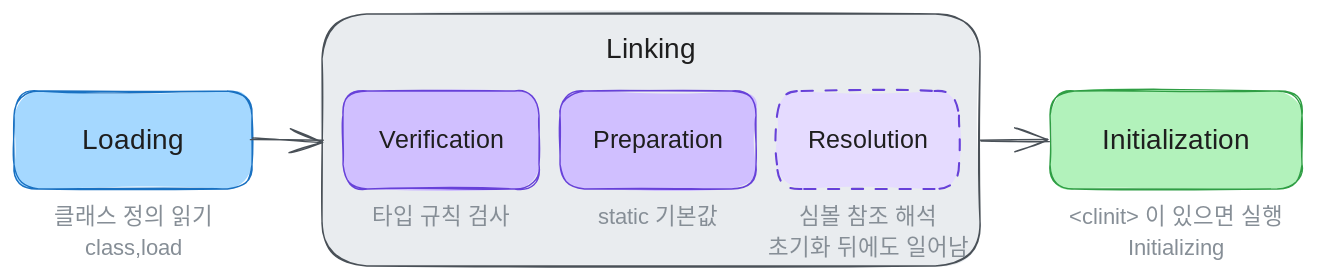
This is public/img/post/java/jvm-class-loading/class-lifecycle.excalidraw.svg from eottabom/eottabom.github.io, a Excalidraw export, as it was before one commit. Source tidied: one line per element, renumbered; positions are measured from the earlier drawing's top-left corner, leaving out a move shared by most shapes. The source it was exported from:
```json
{"id": 0, "type": "rectangle", "strokeColor": "#1971c2", "backgroundColor": "#a5d8ff", "fillStyle": "solid", "strokeWidth": 1, "roughness": 1, "round": true, "x": 0, "y": 55, "width": 170, "height": 70}
{"id": 1, "type": "text", "text": "Loading", "strokeColor": "#1e1e1e", "strokeWidth": 1, "roughness": 1, "fontSize": 20, "fontFamily": 6, "textAlign": "center", "verticalAlign": "middle", "inside": 0, "x": 46, "y": 78, "width": 77, "height": 25}
{"id": 2, "type": "rectangle", "strokeColor": "#495057", "backgroundColor": "#e9ecef", "fillStyle": "solid", "strokeWidth": 1, "roughness": 1, "round": true, "x": 220, "y": 0, "width": 470, "height": 180}
{"id": 3, "type": "text", "text": "Linking", "strokeColor": "#1e1e1e", "strokeWidth": 1, "roughness": 1, "fontSize": 20, "fontFamily": 6, "textAlign": "center", "x": 416, "y": 12, "width": 77, "height": 25}
{"id": 4, "type": "rectangle", "strokeColor": "#6741d9", "backgroundColor": "#d0bfff", "fillStyle": "solid", "strokeWidth": 1, "roughness": 1, "round": true, "x": 235, "y": 55, "width": 140, "height": 70}
{"id": 5, "type": "text", "text": "Verification", "strokeColor": "#1e1e1e", "strokeWidth": 1, "roughness": 1, "fontSize": 18, "fontFamily": 6, "textAlign": "center", "verticalAlign": "middle", "inside": 4, "x": 246, "y": 79, "width": 119, "height": 22}
{"id": 6, "type": "rectangle", "strokeColor": "#6741d9", "backgroundColor": "#d0bfff", "fillStyle": "solid", "strokeWidth": 1, "roughness": 1, "round": true, "x": 390, "y": 55, "width": 140, "height": 70}
{"id": 7, "type": "text", "text": "Preparation", "strokeColor": "#1e1e1e", "strokeWidth": 1, "roughness": 1, "fontSize": 18, "fontFamily": 6, "textAlign": "center", "verticalAlign": "middle", "inside": 6, "x": 406, "y": 79, "width": 109, "height": 22}
{"id": 8, "type": "rectangle", "strokeColor": "#6741d9", "backgroundColor": "#e5dbff", "fillStyle": "solid", "strokeWidth": 1, "strokeStyle": "dashed", "roughness": 1, "round": true, "x": 545, "y": 55, "width": 130, "height": 70}
{"id": 9, "type": "text", "text": "Resolution", "strokeColor": "#1e1e1e", "strokeWidth": 1, "roughness": 1, "fontSize": 18, "fontFamily": 6, "textAlign": "center", "verticalAlign": "middle", "inside": 8, "x": 560, "y": 79, "width": 99, "height": 22}
{"id": 10, "type": "rectangle", "strokeColor": "#2f9e44", "backgroundColor": "#b2f2bb", "fillStyle": "solid", "strokeWidth": 1, "roughness": 1, "round": true, "x": 740, "y": 55, "width": 180, "height": 70}
{"id": 11, "type": "text", "text": "Initialization", "strokeColor": "#1e1e1e", "strokeWidth": 1, "roughness": 1, "fontSize": 20, "fontFamily": 6, "textAlign": "center", "verticalAlign": "middle", "inside": 10, "x": 753, "y": 78, "width": 154, "height": 25}
{"id": 12, "type": "arrow", "strokeColor": "#495057", "strokeWidth": 1, "roughness": 1, "endArrowhead": "arrow", "round": true, "from": 0, "to": 2, "x": 170, "y": 90, "width": 50, "height": 0, "points": [[0, 0], [50, 0]]}
{"id": 13, "type": "arrow", "strokeColor": "#495057", "strokeWidth": 1, "roughness": 1, "endArrowhead": "arrow", "round": true, "from": 2, "to": 10, "x": 690, "y": 90, "width": 50, "height": 0, "points": [[0, 0], [50, 0]]}
{"id": 14, "type": "text", "text": "클래스 정의 읽기", "strokeColor": "#868e96", "strokeWidth": 1, "roughness": 1, "fontSize": 16, "fontFamily": 6, "textAlign": "center", "x": 20, "y": 135, "width": 130, "height": 20}
{"id": 15, "type": "text", "text": "class,load", "strokeColor": "#868e96", "strokeWidth": 1, "roughness": 1, "fontSize": 16, "fontFamily": 6, "textAlign": "center", "x": 41, "y": 157, "width": 88, "height": 20}
{"id": 16, "type": "text", "text": "타입 규칙 검사", "strokeColor": "#868e96", "strokeWidth": 1, "roughness": 1, "fontSize": 16, "fontFamily": 6, "textAlign": "center", "x": 248, "y": 135, "width": 114, "height": 20}
{"id": 17, "type": "text", "text": "static 기본값", "strokeColor": "#868e96", "strokeWidth": 1, "roughness": 1, "fontSize": 16, "fontFamily": 6, "textAlign": "center", "x": 405, "y": 135, "width": 110, "height": 20}
{"id": 18, "type": "text", "text": "심볼 참조 해석", "strokeColor": "#868e96", "strokeWidth": 1, "roughness": 1, "fontSize": 16, "fontFamily": 6, "textAlign": "center", "x": 553, "y": 135, "width": 114, "height": 20}
{"id": 19, "type": "text", "text": "<clinit> 이 있으면 실행", "strokeColor": "#868e96", "strokeWidth": 1, "roughness": 1, "fontSize": 16, "fontFamily": 6, "textAlign": "center", "x": 734, "y": 135, "width": 193, "height": 20}
{"id": 20, "type": "text", "text": "Initializing", "strokeColor": "#868e96", "strokeWidth": 1, "roughness": 1, "fontSize": 16, "fontFamily": 6, "textAlign": "center", "x": 777, "y": 157, "width": 106, "height": 20}
{"id": 21, "type": "text", "text": "초기화 뒤에도 일어남", "strokeColor": "#868e96", "strokeWidth": 1, "roughness": 1, "fontSize": 16, "fontFamily": 6, "textAlign": "center", "x": 529, "y": 157, "width": 162, "height": 20}
```
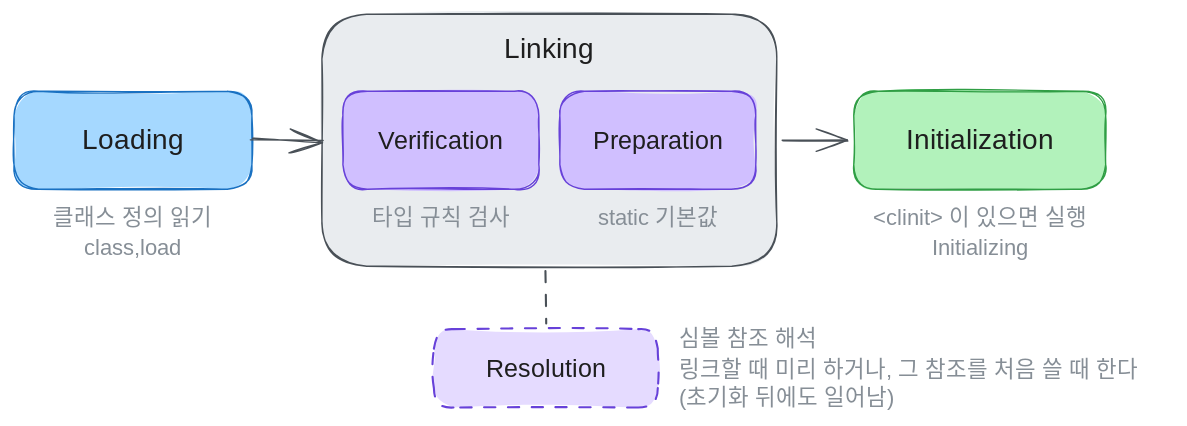
Above is the later version.

The edit, as a diff of the source:
```diff
@@ -1,22 +1,23 @@
 {"id": 0, "type": "rectangle", "strokeColor": "#1971c2", "backgroundColor": "#a5d8ff", "fillStyle": "solid", "strokeWidth": 1, "roughness": 1, "round": true, "x": 0, "y": 55, "width": 170, "height": 70}
 {"id": 1, "type": "text", "text": "Loading", "strokeColor": "#1e1e1e", "strokeWidth": 1, "roughness": 1, "fontSize": 20, "fontFamily": 6, "textAlign": "center", "verticalAlign": "middle", "inside": 0, "x": 46, "y": 78, "width": 77, "height": 25}
-{"id": 2, "type": "rectangle", "strokeColor": "#495057", "backgroundColor": "#e9ecef", "fillStyle": "solid", "strokeWidth": 1, "roughness": 1, "round": true, "x": 220, "y": 0, "width": 470, "height": 180}
+{"id": 2, "type": "rectangle", "strokeColor": "#495057", "backgroundColor": "#e9ecef", "fillStyle": "solid", "strokeWidth": 1, "roughness": 1, "round": true, "x": 220, "y": 0, "width": 325, "height": 180}
-{"id": 3, "type": "text", "text": "Linking", "strokeColor": "#1e1e1e", "strokeWidth": 1, "roughness": 1, "fontSize": 20, "fontFamily": 6, "textAlign": "center", "x": 416, "y": 12, "width": 77, "height": 25}
+{"id": 3, "type": "text", "text": "Linking", "strokeColor": "#1e1e1e", "strokeWidth": 1, "roughness": 1, "fontSize": 20, "fontFamily": 6, "textAlign": "center", "x": 344, "y": 12, "width": 77, "height": 25}
 {"id": 4, "type": "rectangle", "strokeColor": "#6741d9", "backgroundColor": "#d0bfff", "fillStyle": "solid", "strokeWidth": 1, "roughness": 1, "round": true, "x": 235, "y": 55, "width": 140, "height": 70}
 {"id": 5, "type": "text", "text": "Verification", "strokeColor": "#1e1e1e", "strokeWidth": 1, "roughness": 1, "fontSize": 18, "fontFamily": 6, "textAlign": "center", "verticalAlign": "middle", "inside": 4, "x": 246, "y": 79, "width": 119, "height": 22}
 {"id": 6, "type": "rectangle", "strokeColor": "#6741d9", "backgroundColor": "#d0bfff", "fillStyle": "solid", "strokeWidth": 1, "roughness": 1, "round": true, "x": 390, "y": 55, "width": 140, "height": 70}
 {"id": 7, "type": "text", "text": "Preparation", "strokeColor": "#1e1e1e", "strokeWidth": 1, "roughness": 1, "fontSize": 18, "fontFamily": 6, "textAlign": "center", "verticalAlign": "middle", "inside": 6, "x": 406, "y": 79, "width": 109, "height": 22}
-{"id": 8, "type": "rectangle", "strokeColor": "#6741d9", "backgroundColor": "#e5dbff", "fillStyle": "solid", "strokeWidth": 1, "strokeStyle": "dashed", "roughness": 1, "round": true, "x": 545, "y": 55, "width": 130, "height": 70}
+{"id": 8, "type": "rectangle", "strokeColor": "#6741d9", "backgroundColor": "#e5dbff", "fillStyle": "solid", "strokeWidth": 1, "strokeStyle": "dashed", "roughness": 1, "round": true, "x": 300, "y": 225, "width": 160, "height": 56}
-{"id": 9, "type": "text", "text": "Resolution", "strokeColor": "#1e1e1e", "strokeWidth": 1, "roughness": 1, "fontSize": 18, "fontFamily": 6, "textAlign": "center", "verticalAlign": "middle", "inside": 8, "x": 560, "y": 79, "width": 99, "height": 22}
+{"id": 9, "type": "text", "text": "Resolution", "strokeColor": "#1e1e1e", "strokeWidth": 1, "roughness": 1, "fontSize": 18, "fontFamily": 6, "textAlign": "center", "verticalAlign": "middle", "inside": 8, "x": 330, "y": 242, "width": 99, "height": 22}
-{"id": 10, "type": "rectangle", "strokeColor": "#2f9e44", "backgroundColor": "#b2f2bb", "fillStyle": "solid", "strokeWidth": 1, "roughness": 1, "round": true, "x": 740, "y": 55, "width": 180, "height": 70}
+{"id": 10, "type": "rectangle", "strokeColor": "#2f9e44", "backgroundColor": "#b2f2bb", "fillStyle": "solid", "strokeWidth": 1, "roughness": 1, "round": true, "x": 600, "y": 55, "width": 180, "height": 70}
-{"id": 11, "type": "text", "text": "Initialization", "strokeColor": "#1e1e1e", "strokeWidth": 1, "roughness": 1, "fontSize": 20, "fontFamily": 6, "textAlign": "center", "verticalAlign": "middle", "inside": 10, "x": 753, "y": 78, "width": 154, "height": 25}
+{"id": 11, "type": "text", "text": "Initialization", "strokeColor": "#1e1e1e", "strokeWidth": 1, "roughness": 1, "fontSize": 20, "fontFamily": 6, "textAlign": "center", "verticalAlign": "middle", "inside": 10, "x": 613, "y": 78, "width": 154, "height": 25}
 {"id": 12, "type": "arrow", "strokeColor": "#495057", "strokeWidth": 1, "roughness": 1, "endArrowhead": "arrow", "round": true, "from": 0, "to": 2, "x": 170, "y": 90, "width": 50, "height": 0, "points": [[0, 0], [50, 0]]}
-{"id": 13, "type": "arrow", "strokeColor": "#495057", "strokeWidth": 1, "roughness": 1, "endArrowhead": "arrow", "round": true, "from": 2, "to": 10, "x": 690, "y": 90, "width": 50, "height": 0, "points": [[0, 0], [50, 0]]}
+{"id": 13, "type": "arrow", "strokeColor": "#495057", "strokeWidth": 1, "roughness": 1, "endArrowhead": "arrow", "round": true, "from": 2, "to": 10, "x": 549, "y": 90, "width": 47, "height": 0, "points": [[0, 0], [47, 0]]}
 {"id": 14, "type": "text", "text": "클래스 정의 읽기", "strokeColor": "#868e96", "strokeWidth": 1, "roughness": 1, "fontSize": 16, "fontFamily": 6, "textAlign": "center", "x": 20, "y": 135, "width": 130, "height": 20}
 {"id": 15, "type": "text", "text": "class,load", "strokeColor": "#868e96", "strokeWidth": 1, "roughness": 1, "fontSize": 16, "fontFamily": 6, "textAlign": "center", "x": 41, "y": 157, "width": 88, "height": 20}
 {"id": 16, "type": "text", "text": "타입 규칙 검사", "strokeColor": "#868e96", "strokeWidth": 1, "roughness": 1, "fontSize": 16, "fontFamily": 6, "textAlign": "center", "x": 248, "y": 135, "width": 114, "height": 20}
 {"id": 17, "type": "text", "text": "static 기본값", "strokeColor": "#868e96", "strokeWidth": 1, "roughness": 1, "fontSize": 16, "fontFamily": 6, "textAlign": "center", "x": 405, "y": 135, "width": 110, "height": 20}
-{"id": 18, "type": "text", "text": "심볼 참조 해석", "strokeColor": "#868e96", "strokeWidth": 1, "roughness": 1, "fontSize": 16, "fontFamily": 6, "textAlign": "center", "x": 553, "y": 135, "width": 114, "height": 20}
-{"id": 19, "type": "text", "text": "<clinit> 이 있으면 실행", "strokeColor": "#868e96", "strokeWidth": 1, "roughness": 1, "fontSize": 16, "fontFamily": 6, "textAlign": "center", "x": 734, "y": 135, "width": 193, "height": 20}
+{"id": 19, "type": "text", "text": "<clinit> 이 있으면 실행", "strokeColor": "#868e96", "strokeWidth": 1, "roughness": 1, "fontSize": 16, "fontFamily": 6, "textAlign": "center", "x": 594, "y": 135, "width": 193, "height": 20}
-{"id": 20, "type": "text", "text": "Initializing", "strokeColor": "#868e96", "strokeWidth": 1, "roughness": 1, "fontSize": 16, "fontFamily": 6, "textAlign": "center", "x": 777, "y": 157, "width": 106, "height": 20}
+{"id": 20, "type": "text", "text": "Initializing", "strokeColor": "#868e96", "strokeWidth": 1, "roughness": 1, "fontSize": 16, "fontFamily": 6, "textAlign": "center", "x": 637, "y": 157, "width": 106, "height": 20}
-{"id": 21, "type": "text", "text": "초기화 뒤에도 일어남", "strokeColor": "#868e96", "strokeWidth": 1, "roughness": 1, "fontSize": 16, "fontFamily": 6, "textAlign": "center", "x": 529, "y": 157, "width": 162, "height": 20}
+{"id": 22, "type": "line", "strokeColor": "#495057", "strokeWidth": 1, "strokeStyle": "dashed", "roughness": 1, "round": true, "x": 380, "y": 184, "width": 0, "height": 37, "points": [[0, 0], [0, 37]]}
+{"id": 18, "type": "text", "text": "심볼 참조 해석", "strokeColor": "#868e96", "strokeWidth": 1, "roughness": 1, "fontSize": 16, "fontFamily": 6, "x": 475, "y": 222, "width": 105, "height": 20}
+{"id": 23, "type": "text", "text": "링크할 때 미리 하거나, 그 참조를 처음 쓸 때 한다\n(초기화 뒤에도 일어남)", "strokeColor": "#868e96", "strokeWidth": 1, "roughness": 1, "fontSize": 16, "fontFamily": 6, "x": 475, "y": 244, "width": 353, "height": 40}
```
